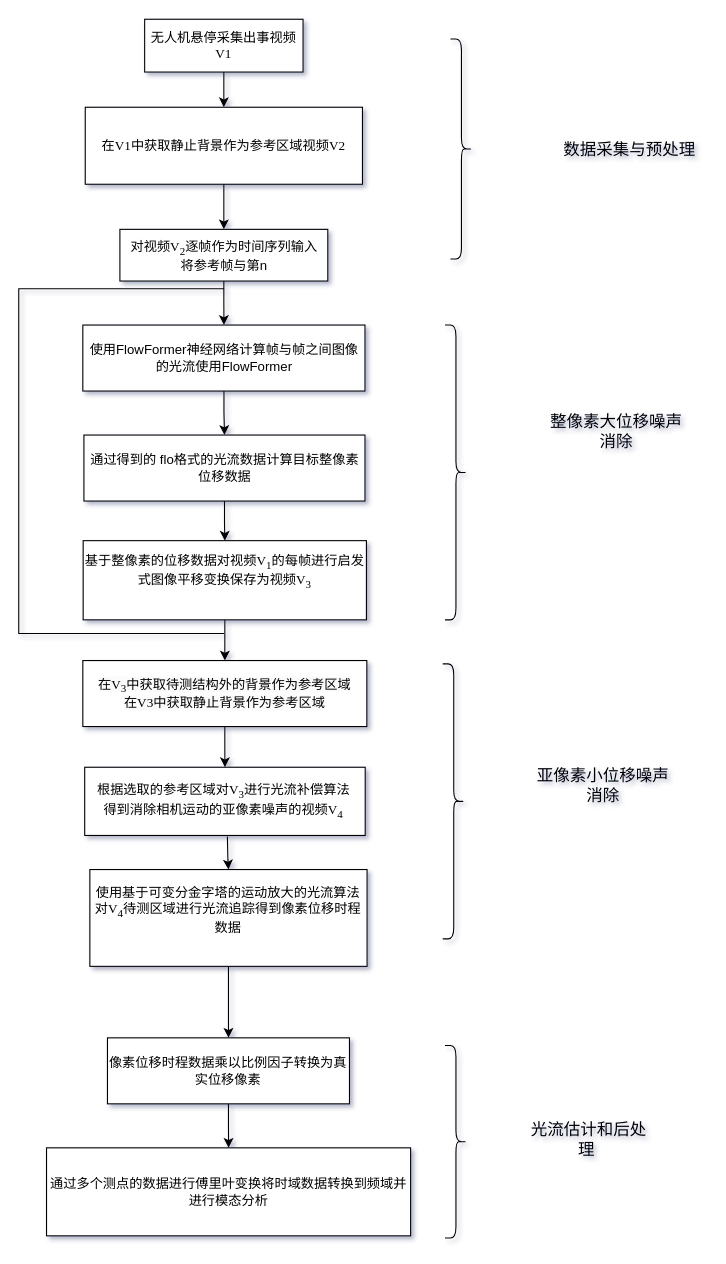
The draw.io diagram page "Page-1" (1 of 3) of 专利流程图.drawio in ZWJ5656588/uml, before the edit. Source tidied: cells renumbered, new cells numbered last; positions are measured from the earlier drawing's top-left corner, leaving out a move shared by most shapes. Both pictures are drawn from the tidied source at 110%, with x=0, y=0 at pixel (-52, 19).
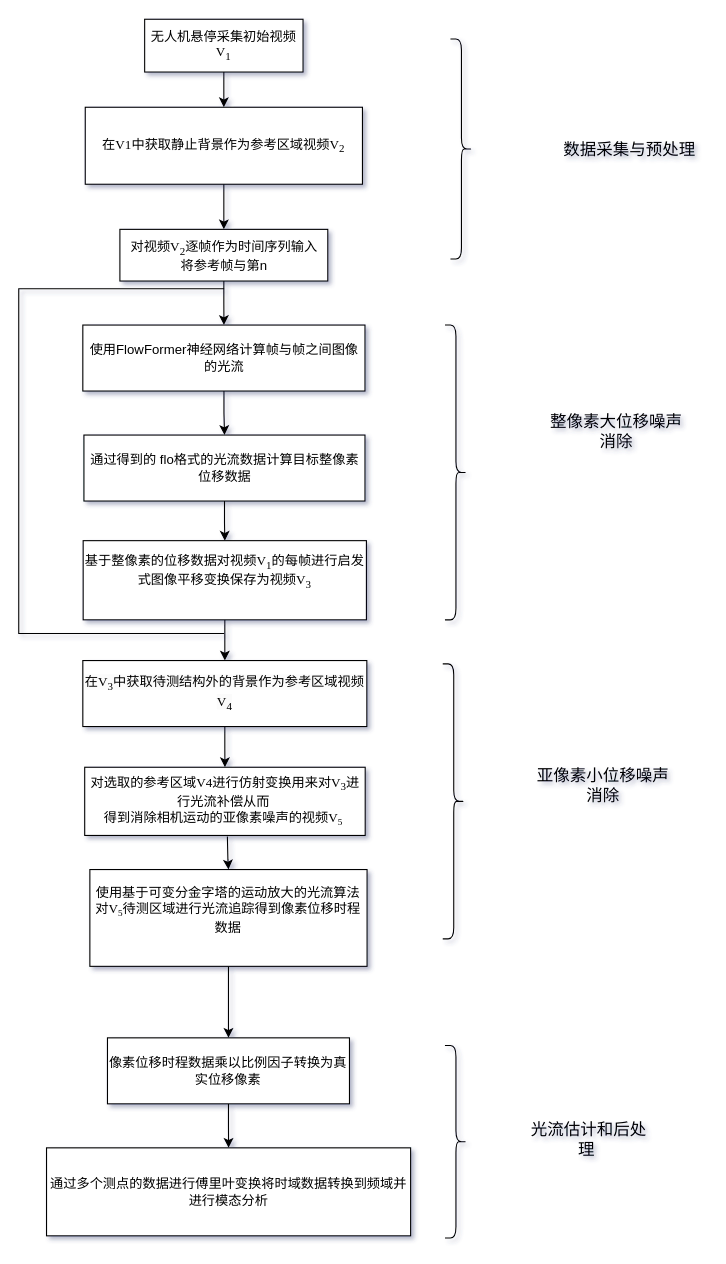
The same page after the edit.

Commit message:
Update 专利流程图.drawio

Change to the diagram source:
```diff
@@
-    <mxCell id="4" value="&lt;font face=&quot;Times New Roman&quot;&gt;&lt;font class=&quot;__Cici__translate__ __Cici_translate_similar_text_content__&quot;&gt;&lt;font style=&quot;display: inline-block;&quot; class=&quot;__Cici_translate_translated_inject_node__&quot;&gt;&lt;span&gt;无人机悬停采集出事视频V1&lt;/span&gt;&lt;/font&gt;&lt;/font&gt;&lt;/font&gt;" style="rounded=0;whiteSpace=wrap;html=1;" parent="1" vertex="1">
+    <mxCell id="4" value="&lt;font face=&quot;Times New Roman&quot;&gt;&lt;font class=&quot;__Cici__translate__ __Cici_translate_similar_text_content__&quot;&gt;&lt;font style=&quot;display: inline-block;&quot; class=&quot;__Cici_translate_translated_inject_node__&quot;&gt;无人机悬停采集初始视频V&lt;sub&gt;1&lt;/sub&gt;&lt;/font&gt;&lt;/font&gt;&lt;/font&gt;" style="rounded=0;whiteSpace=wrap;html=1;" parent="1" vertex="1">
       <mxGeometry x="178" width="144" height="48" as="geometry" />
     </mxCell>
@@
-    <mxCell id="6" value="&lt;font face=&quot;Times New Roman&quot;&gt;&lt;font class=&quot;__Cici__translate__ __Cici_translate_similar_text_content__&quot;&gt;&lt;font style=&quot;display: inline-block;&quot; class=&quot;__Cici_translate_translated_inject_node__&quot;&gt;&lt;span&gt;在V1中获取静止背景作为参考区域视频V2&lt;/span&gt;&lt;/font&gt;&lt;/font&gt;&lt;/font&gt;" style="rounded=0;whiteSpace=wrap;html=1;" parent="1" vertex="1">
+    <mxCell id="6" value="&lt;font face=&quot;Times New Roman&quot;&gt;&lt;font class=&quot;__Cici__translate__ __Cici_translate_similar_text_content__&quot;&gt;&lt;font style=&quot;display: inline-block;&quot; class=&quot;__Cici_translate_translated_inject_node__&quot;&gt;在V1中获取静止背景作为参考区域视频V&lt;sub&gt;2&lt;/sub&gt;&lt;/font&gt;&lt;/font&gt;&lt;/font&gt;" style="rounded=0;whiteSpace=wrap;html=1;" parent="1" vertex="1">
       <mxGeometry x="124" y="80" width="252" height="70" as="geometry" />
     </mxCell>
@@
-    <mxCell id="10" value="使用FlowFormer神经网络计算帧与帧之间图像的光流&lt;font class=&quot;__Cici__translate__ __Cici_translate_similar_text_content__&quot;&gt;&lt;font style=&quot;display: none;&quot; class=&quot;__Cici_translate_origin_node__&quot;&gt;使用FlowFormer&lt;/font&gt;&lt;font style=&quot;display: inline-block;&quot; class=&quot;__Cici_translate_translated_inject_node__&quot;&gt;&lt;span&gt;使用FlowFormer&lt;/span&gt;&lt;/font&gt;&lt;/font&gt;" style="rounded=0;whiteSpace=wrap;html=1;" parent="1" vertex="1">
+    <mxCell id="10" value="使用FlowFormer神经网络计算帧与帧之间图像的光流" style="rounded=0;whiteSpace=wrap;html=1;" parent="1" vertex="1">
       <mxGeometry x="121.8" y="278" width="256.5" height="60" as="geometry" />
     </mxCell>
@@
-    <mxCell id="17" value="&lt;br&gt;&lt;span style=&quot;color: rgb(0, 0, 0); font-family: &amp;quot;Times New Roman&amp;quot;; font-size: 12px; font-style: normal; font-variant-ligatures: normal; font-variant-caps: normal; font-weight: 400; letter-spacing: normal; orphans: 2; text-align: center; text-indent: 0px; text-transform: none; widows: 2; word-spacing: 0px; -webkit-text-stroke-width: 0px; white-space: normal; background-color: rgb(251, 251, 251); text-decoration-thickness: initial; text-decoration-style: initial; text-decoration-color: initial; display: inline !important; float: none;&quot;&gt;在V&lt;sub&gt;3&lt;/sub&gt;中获取待测结构外的背景作为参考区域&lt;font class=&quot;__Cici__translate__ __Cici_translate_similar_text_content__&quot;&gt;&lt;font style=&quot;display: none;&quot; class=&quot;__Cici_translate_origin_node__&quot;&gt;在V&lt;sub&gt;3&lt;/sub&gt;中获取静止背景作为参考区域&lt;/font&gt;&lt;font style=&quot;display: inline-block;&quot; class=&quot;__Cici_translate_translated_inject_node__&quot;&gt;&lt;span&gt;在V3中获取静止背景作为参考区域&lt;/span&gt;&lt;/font&gt;&lt;/font&gt;&lt;/span&gt;&lt;div&gt;&lt;br&gt;&lt;/div&gt;" style="rounded=0;whiteSpace=wrap;html=1;" parent="1" vertex="1">
+    <mxCell id="17" value="&lt;br&gt;&lt;span style=&quot;color: rgb(0, 0, 0); font-family: &amp;quot;Times New Roman&amp;quot;; font-size: 12px; font-style: normal; font-variant-ligatures: normal; font-variant-caps: normal; font-weight: 400; letter-spacing: normal; orphans: 2; text-align: center; text-indent: 0px; text-transform: none; widows: 2; word-spacing: 0px; -webkit-text-stroke-width: 0px; white-space: normal; background-color: rgb(251, 251, 251); text-decoration-thickness: initial; text-decoration-style: initial; text-decoration-color: initial; display: inline !important; float: none;&quot;&gt;在V&lt;sub&gt;3&lt;/sub&gt;中获取待测结构外的背景作为参考区域视频V&lt;sub&gt;4&lt;/sub&gt;&lt;/span&gt;&lt;div&gt;&lt;br&gt;&lt;/div&gt;" style="rounded=0;whiteSpace=wrap;html=1;" parent="1" vertex="1">
       <mxGeometry x="121.8" y="583" width="258.2" height="60" as="geometry" />
     </mxCell>
@@
-    <mxCell id="19" value="&lt;font face=&quot;Times New Roman&quot;&gt;使用基于&lt;font style=&quot;background-color: initial;&quot;&gt;可变分金字塔的运动放大的光流算法对V&lt;sub&gt;4&lt;/sub&gt;待测区域进行光流追&lt;/font&gt;&lt;/font&gt;&lt;span style=&quot;background-color: initial;&quot;&gt;&lt;font face=&quot;rweN1SNauHQMGd4krrAq&quot;&gt;踪得到像素位移时程数&lt;/font&gt;据&lt;/span&gt;&lt;font class=&quot;__Cici__translate__ __Cici_translate_similar_text_content__&quot;&gt;&lt;font style=&quot;display: none;&quot; class=&quot;__Cici_translate_origin_node__&quot;&gt;&lt;font face=&quot;Times New Roman&quot;&gt;使用基于&lt;/font&gt;&lt;font style=&quot;background-color: initial;&quot; face=&quot;M3rHPRTttsDQLHMKlIXt&quot;&gt;可变分金字塔的运动放大的光流算法对V4待测区域进行光流追&lt;/font&gt;&lt;span style=&quot;background-color: initial;&quot;&gt;踪&lt;/span&gt;&lt;/font&gt;&lt;font style=&quot;display: block;&quot; class=&quot;__Cici_translate_translated_inject_node__ __Cici_translate_need_wrapper__&quot;&gt;&lt;br&gt;&lt;/font&gt;&lt;/font&gt;" style="rounded=0;whiteSpace=wrap;html=1;align=center;" parent="1" vertex="1">
+    <mxCell id="19" value="&lt;font face=&quot;Times New Roman&quot;&gt;使用基于&lt;font style=&quot;background-color: initial;&quot;&gt;可变分金字塔的运动放大的光流算法对V&lt;span style=&quot;font-size: 10px;&quot;&gt;&lt;sub&gt;5&lt;/sub&gt;&lt;/span&gt;待测区域进行光流追&lt;/font&gt;&lt;/font&gt;&lt;span style=&quot;background-color: initial;&quot;&gt;&lt;font face=&quot;rweN1SNauHQMGd4krrAq&quot;&gt;踪得到像素位移时程数&lt;/font&gt;据&lt;/span&gt;&lt;font class=&quot;__Cici__translate__ __Cici_translate_similar_text_content__&quot;&gt;&lt;font style=&quot;display: none;&quot; class=&quot;__Cici_translate_origin_node__&quot;&gt;&lt;font face=&quot;Times New Roman&quot;&gt;使用基于&lt;/font&gt;&lt;font style=&quot;background-color: initial;&quot; face=&quot;M3rHPRTttsDQLHMKlIXt&quot;&gt;可变分金字塔的运动放大的光流算法对V4待测区域进行光流追&lt;/font&gt;&lt;span style=&quot;background-color: initial;&quot;&gt;踪&lt;/span&gt;&lt;/font&gt;&lt;font style=&quot;display: block;&quot; class=&quot;__Cici_translate_translated_inject_node__ __Cici_translate_need_wrapper__&quot;&gt;&lt;br&gt;&lt;/font&gt;&lt;/font&gt;" style="rounded=0;whiteSpace=wrap;html=1;align=center;" parent="1" vertex="1">
       <mxGeometry x="128.2" y="773" width="252" height="88" as="geometry" />
     </mxCell>
@@
-    <mxCell id="31" value="&lt;font face=&quot;Times New Roman&quot;&gt;根据选取的参考区域对V&lt;sub style=&quot;&quot;&gt;3&lt;/sub&gt;进行光流补偿算法&lt;font class=&quot;__Cici__translate__ __Cici_translate_similar_text_content__&quot;&gt;&lt;font style=&quot;display: none;&quot; class=&quot;__Cici_translate_origin_node__&quot;&gt;根据选取的参考区域对V&lt;sub style=&quot;&quot;&gt;3&lt;/sub&gt;进行光流补偿算法&lt;/font&gt;&amp;nbsp;&lt;/font&gt;&lt;/font&gt;&lt;div&gt;&lt;font face=&quot;cYyLVqvPSQjDSF9pOBt-&quot;&gt;得到消除相机运动的亚像素噪声的视频&lt;/font&gt;&lt;font face=&quot;Times New Roman&quot;&gt;V&lt;sub style=&quot;&quot;&gt;4&lt;/sub&gt;&lt;/font&gt;&lt;font class=&quot;__Cici__translate__ __Cici_translate_similar_text_content__&quot;&gt;&lt;font style=&quot;display: none;&quot; class=&quot;__Cici_translate_origin_node__&quot;&gt;&lt;font face=&quot;cYyLVqvPSQjDSF9pOBt-&quot;&gt;得到消除相机运动的亚像素噪声的视频&lt;/font&gt;&lt;font face=&quot;Times New Roman&quot;&gt;V&lt;sub style=&quot;&quot;&gt;4&lt;/sub&gt;&lt;/font&gt;&lt;/font&gt;&amp;nbsp;&lt;/font&gt;&lt;/div&gt;" style="rounded=0;whiteSpace=wrap;html=1;" parent="1" vertex="1">
+    <mxCell id="31" value="&lt;div style=&quot;&quot;&gt;&lt;span style=&quot;font-family: &amp;quot;Times New Roman&amp;quot;; background-color: initial;&quot;&gt;对选取的参考区域V4进行仿射变换用来对V&lt;/span&gt;&lt;sub style=&quot;font-family: &amp;quot;Times New Roman&amp;quot;; background-color: initial;&quot;&gt;3&lt;/sub&gt;&lt;span style=&quot;font-family: &amp;quot;Times New Roman&amp;quot;; background-color: initial;&quot;&gt;进行光流补偿从而&lt;/span&gt;&lt;font style=&quot;font-family: &amp;quot;Times New Roman&amp;quot;; background-color: initial;&quot; class=&quot;__Cici__translate__ __Cici_translate_similar_text_content__&quot;&gt;&amp;nbsp;&lt;/font&gt;&lt;/div&gt;&lt;div style=&quot;&quot;&gt;&lt;font face=&quot;cYyLVqvPSQjDSF9pOBt-&quot;&gt;得到消除相机运动的亚像素噪声的视频&lt;/font&gt;&lt;font face=&quot;Times New Roman&quot;&gt;V&lt;span style=&quot;font-size: 10px;&quot;&gt;&lt;sub&gt;5&lt;/sub&gt;&lt;/span&gt;&lt;/font&gt;&lt;font class=&quot;__Cici__translate__ __Cici_translate_similar_text_content__&quot;&gt;&amp;nbsp;&lt;/font&gt;&lt;/div&gt;" style="rounded=0;whiteSpace=wrap;html=1;align=center;" parent="1" vertex="1">
       <mxGeometry x="123.5" y="680" width="255" height="62" as="geometry" />
     </mxCell>
```
